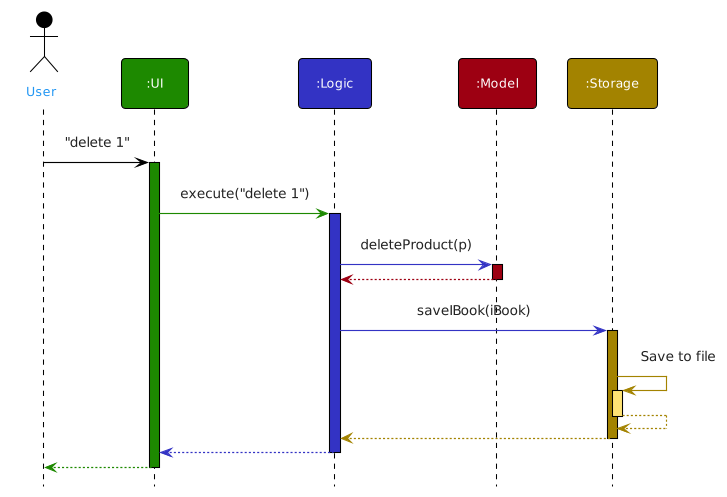
nus-cs2103-AY2122S2/tp keeps this PlantUML diagram as docs/images/ArchitectureSequenceDiagram.png. Above is the earlier version. Its source is kept beside it as docs/diagrams/ArchitectureSequenceDiagram.puml.
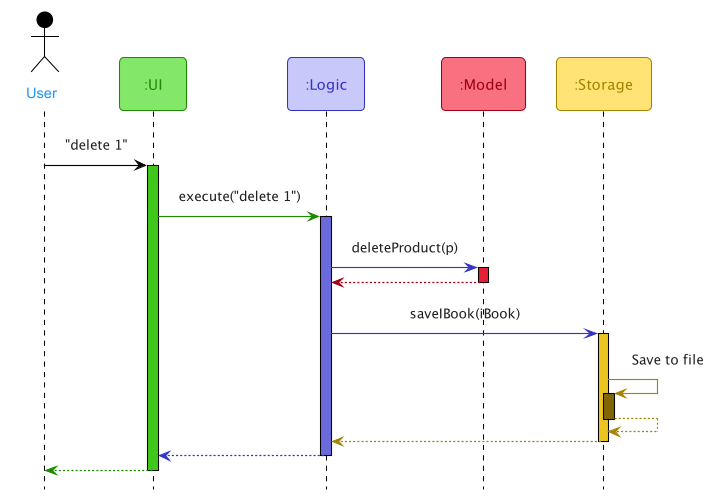
Above is the later version.

Change to the diagram source:
```diff
@@ -1,29 +1,30 @@
 @startuml
-!include style.puml
+!include Style.puml
+!include SequenceStyle.puml
 
 Actor User as user USER_COLOR
-Participant ":UI" as ui UI_COLOR
-Participant ":Logic" as logic LOGIC_COLOR
-Participant ":Model" as model MODEL_COLOR
-Participant ":Storage" as storage STORAGE_COLOR
+Participant ":UI" as ui<<Ui>>
+Participant ":Logic" as logic<<Logic>>
+Participant ":Model" as model<<Model>>
+Participant ":Storage" as storage<<Storage>>
 
 user -[USER_COLOR]> ui : "delete 1"
-activate ui UI_COLOR
+activate ui UI_COLOR_T2
 
 ui -[UI_COLOR]> logic : execute("delete 1")
-activate logic LOGIC_COLOR
+activate logic LOGIC_COLOR_T2
 
 logic -[LOGIC_COLOR]> model : deleteProduct(p)
-activate model MODEL_COLOR
+activate model MODEL_COLOR_T2
 
 model -[MODEL_COLOR]-> logic
 deactivate model
 
 logic -[LOGIC_COLOR]> storage : saveIBook(iBook)
-activate storage STORAGE_COLOR
+activate storage STORAGE_COLOR_T2
 
 storage -[STORAGE_COLOR]> storage : Save to file
-activate storage STORAGE_COLOR_T1
+activate storage STORAGE_COLOR_T3
 storage --[STORAGE_COLOR]> storage
 deactivate storage
 
```
